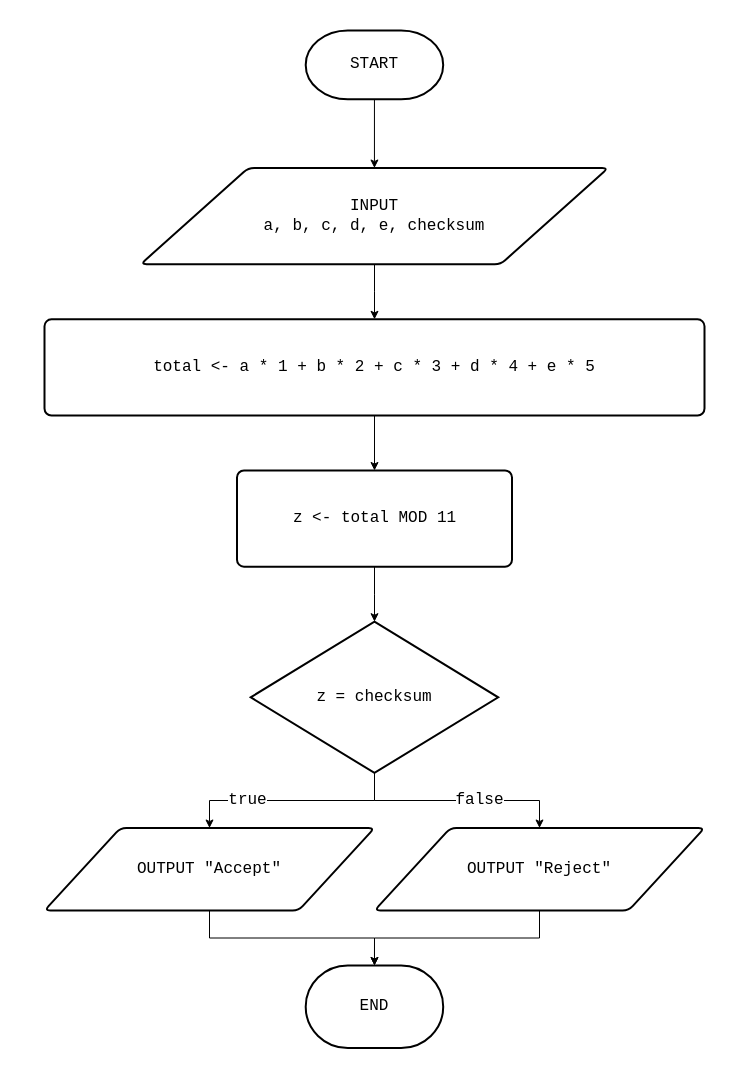
This is sfl2manu.drawio from ashenm/blob, a draw.io file, before an edit. Source tidied: cells renumbered, new cells numbered last; positions are measured from the earlier drawing's top-left corner, leaving out a move shared by most shapes. Both pictures are drawn from the tidied source at 100%, with x=0, y=0 at pixel (44, 30).
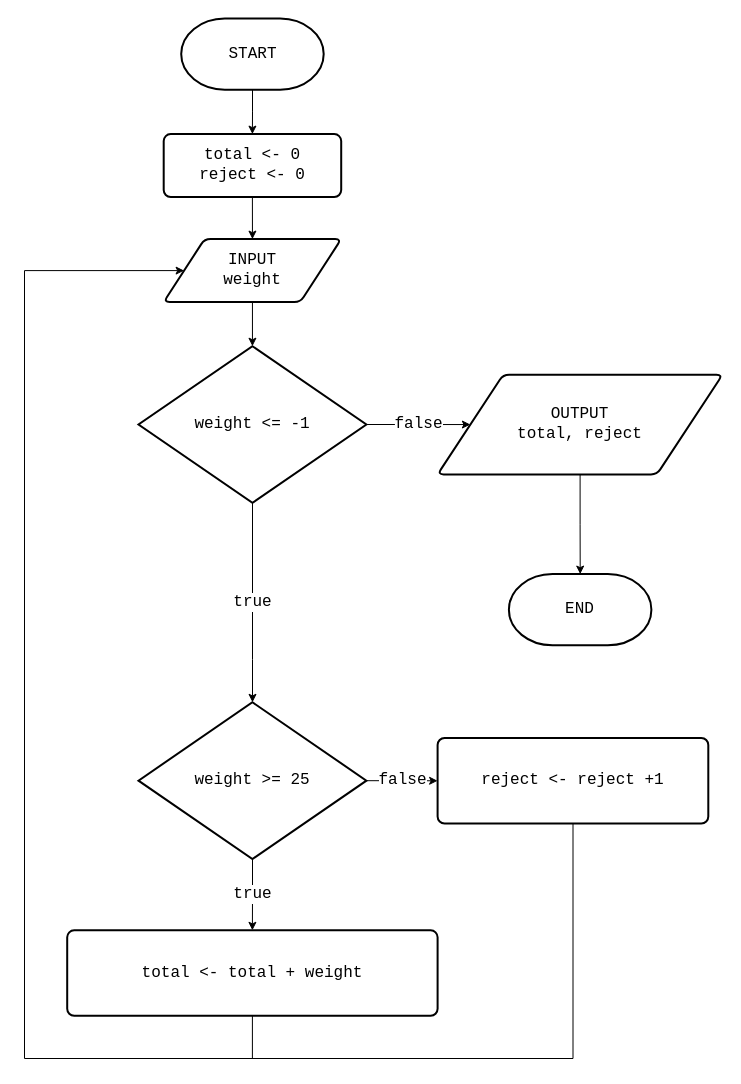
The same diagram, later.

Diff of the diagram source:
```diff
@@
-    <mxCell id="2" style="group;" parent="1" vertex="1">
-      <mxGeometry width="660" height="1017.5" as="geometry" />
-    </mxCell>
+    <mxCell id="21" style="group;" parent="1" vertex="1">
+      <mxGeometry x="-20" y="-12" width="698.1" height="1040" as="geometry" />
+    </mxCell>
-    <mxCell id="3" value="&lt;span style=&quot;font-size: 16px;&quot;&gt;&lt;font style=&quot;font-size: 16px;&quot;&gt;START&lt;/font&gt;&lt;/span&gt;" style="strokeWidth=2;html=1;shape=mxgraph.flowchart.terminator;whiteSpace=wrap;fontSize=16;fontStyle=0;fontFamily=Courier New;" parent="2" vertex="1">
-      <mxGeometry x="261.2" width="137.5" height="68.8" as="geometry" />
+    <mxCell id="3" value="&lt;span style=&quot;font-size: 16px;&quot;&gt;&lt;font style=&quot;font-size: 16px;&quot;&gt;START&lt;/font&gt;&lt;/span&gt;" style="strokeWidth=2;html=1;shape=mxgraph.flowchart.terminator;whiteSpace=wrap;fontSize=16;fontStyle=0;fontFamily=Courier New;" parent="21" vertex="1">
+      <mxGeometry x="156.7" width="142.5" height="71.2" as="geometry" />
     </mxCell>
+    <mxCell id="22" value="&lt;font style=&quot;font-size: 16px&quot;&gt;weight &amp;gt;= 25&lt;/font&gt;" style="strokeWidth=2;html=1;shape=mxgraph.flowchart.decision;whiteSpace=wrap;fontFamily=Courier New;fontSize=16;" parent="21" vertex="1">
+      <mxGeometry x="114" y="683.8" width="227.9" height="156.7" as="geometry" />
+    </mxCell>
+    <mxCell id="23" value="reject &amp;lt;- reject +1" style="rounded=1;whiteSpace=wrap;html=1;absoluteArcSize=1;arcSize=14;strokeWidth=2;fontFamily=Courier New;fontSize=16;" parent="21" vertex="1">
+      <mxGeometry x="413.1" y="719.5" width="270.7" height="85.5" as="geometry" />
+    </mxCell>
+    <mxCell id="24" value="false" style="edgeStyle=orthogonalEdgeStyle;rounded=0;jettySize=auto;html=1;fontFamily=Courier New;fontSize=16;" parent="21" edge="1" source="22" target="23">
+      <mxGeometry relative="1" as="geometry" />
+    </mxCell>
-    <mxCell id="4" value="total &amp;lt;- a * 1 + b * 2 + c * 3 + d * 4 + e * 5" style="rounded=1;whiteSpace=wrap;html=1;absoluteArcSize=1;arcSize=14;strokeWidth=2;fontSize=16;fontStyle=0;fontFamily=Courier New;" parent="2" vertex="1">
-      <mxGeometry y="288.8" width="660" height="96.2" as="geometry" />
+    <mxCell id="4" value="total &amp;lt;- total + weight" style="rounded=1;whiteSpace=wrap;html=1;absoluteArcSize=1;arcSize=14;strokeWidth=2;fontSize=16;fontStyle=0;fontFamily=Courier New;" parent="21" vertex="1">
+      <mxGeometry x="42.7" y="911.8" width="370.4" height="85.5" as="geometry" />
     </mxCell>
-    <mxCell id="5" style="edgeStyle=orthogonalEdgeStyle;rounded=0;jettySize=auto;html=1;fontFamily=Courier New;fontSize=16;" parent="2" edge="1" source="6" target="4">
-      <mxGeometry relative="1" as="geometry" />
-    </mxCell>
+    <mxCell id="25" value="true" style="edgeStyle=orthogonalEdgeStyle;rounded=0;jettySize=auto;html=1;fontFamily=Courier New;fontSize=16;" parent="21" edge="1" source="22" target="4">
+      <mxGeometry relative="1" as="geometry" />
+    </mxCell>
-    <mxCell id="6" value="INPUT&lt;br style=&quot;font-size: 16px&quot;&gt;a, b, c, d, e, checksum" style="shape=parallelogram;html=1;strokeWidth=2;perimeter=parallelogramPerimeter;whiteSpace=wrap;rounded=1;arcSize=12;size=0.23;fontFamily=Courier New;fontSize=16;" parent="2" vertex="1">
-      <mxGeometry x="96.2" y="137.5" width="467.5" height="96.2" as="geometry" />
+    <mxCell id="6" value="INPUT&lt;br style=&quot;font-size: 16px&quot;&gt;weight" style="shape=parallelogram;html=1;strokeWidth=2;perimeter=parallelogramPerimeter;whiteSpace=wrap;rounded=1;arcSize=12;size=0.23;fontFamily=Courier New;fontSize=16;" parent="21" vertex="1">
+      <mxGeometry x="139.2" y="220.6" width="177.5" height="63" as="geometry" />
     </mxCell>
-    <mxCell id="7" style="edgeStyle=orthogonalEdgeStyle;rounded=0;jettySize=auto;html=1;fontSize=16;fontStyle=0;fontFamily=Courier New;" parent="2" edge="1" source="3" target="6">
-      <mxGeometry relative="1" as="geometry" />
+    <mxCell id="7" style="edgeStyle=orthogonalEdgeStyle;rounded=0;jettySize=auto;html=1;fontSize=16;fontStyle=0;fontFamily=Courier New;entryX=0.5;entryY=0;entryDx=0;entryDy=0;" parent="21" edge="1" source="3">
+      <mxGeometry relative="1" as="geometry">
+        <mxPoint x="227.9" y="115.6" as="targetPoint" />
+      </mxGeometry>
     </mxCell>
-    <mxCell id="8" value="z &amp;lt;- total MOD 11" style="rounded=1;whiteSpace=wrap;html=1;absoluteArcSize=1;arcSize=14;strokeWidth=2;fontFamily=Courier New;fontSize=16;" parent="2" vertex="1">
-      <mxGeometry x="192.5" y="440" width="275" height="96.2" as="geometry" />
-    </mxCell>
-    <mxCell id="9" style="edgeStyle=orthogonalEdgeStyle;rounded=0;jettySize=auto;html=1;fontFamily=Courier New;fontSize=16;" parent="2" edge="1" source="4" target="8">
-      <mxGeometry relative="1" as="geometry" />
-    </mxCell>
-    <mxCell id="10" value="z = checksum" style="strokeWidth=2;html=1;shape=mxgraph.flowchart.decision;whiteSpace=wrap;fontFamily=Courier New;fontSize=16;" parent="2" vertex="1">
-      <mxGeometry x="206.2" y="591.2" width="247.5" height="151.2" as="geometry" />
-    </mxCell>
-    <mxCell id="11" style="edgeStyle=orthogonalEdgeStyle;rounded=0;jettySize=auto;html=1;fontFamily=Courier New;fontSize=16;" parent="2" edge="1" source="8" target="10">
-      <mxGeometry relative="1" as="geometry" />
-    </mxCell>
-    <mxCell id="12" value="OUTPUT &quot;Accept&quot;" style="shape=parallelogram;html=1;strokeWidth=2;perimeter=parallelogramPerimeter;whiteSpace=wrap;rounded=1;arcSize=12;size=0.23;fontFamily=Courier New;fontSize=16;" parent="2" vertex="1">
-      <mxGeometry y="797.5" width="330" height="82.5" as="geometry" />
-    </mxCell>
-    <mxCell id="13" style="edgeStyle=orthogonalEdgeStyle;rounded=0;jettySize=auto;html=1;fontFamily=Courier New;fontSize=16;" parent="2" edge="1" source="10" target="12">
-      <mxGeometry relative="1" as="geometry" />
-    </mxCell>
-    <mxCell id="14" value="true" style="text;html=1;align=center;verticalAlign=middle;labelBackgroundColor=#ffffff;fontSize=16;fontFamily=Courier New;" parent="13" vertex="1">
-      <mxGeometry x="0.41" y="-1" relative="1" as="geometry" />
-    </mxCell>
+    <mxCell id="26" style="edgeStyle=orthogonalEdgeStyle;rounded=0;jettySize=auto;html=1;fontFamily=Courier New;fontSize=16;entryX=0;entryY=0.5;entryDx=0;entryDy=0;" parent="21" edge="1" source="23" target="6">
+      <mxGeometry relative="1" as="geometry">
+        <Array as="points">
+          <mxPoint x="548.4" y="1040" />
+          <mxPoint y="1040" />
+          <mxPoint y="252.1" />
+        </Array>
+      </mxGeometry>
+    </mxCell>
+    <mxCell id="27" value="OUTPUT&lt;br&gt;total, reject" style="shape=parallelogram;html=1;strokeWidth=2;perimeter=parallelogramPerimeter;whiteSpace=wrap;rounded=1;arcSize=12;size=0.23;fontFamily=Courier New;fontSize=16;" parent="21" vertex="1">
+      <mxGeometry x="413.1" y="356.2" width="284.9" height="99.7" as="geometry" />
+    </mxCell>
+    <mxCell id="28" value="true" style="edgeStyle=orthogonalEdgeStyle;rounded=0;jettySize=auto;html=1;fontFamily=Courier New;fontSize=16;" parent="21" edge="1" source="30" target="22">
+      <mxGeometry relative="1" as="geometry">
+        <Array as="points">
+          <mxPoint x="227.9" y="641.1" />
+          <mxPoint x="227.9" y="641.1" />
+        </Array>
+      </mxGeometry>
+    </mxCell>
+    <mxCell id="29" value="false" style="edgeStyle=orthogonalEdgeStyle;rounded=0;jettySize=auto;html=1;entryX=0;entryY=0.5;entryDx=0;entryDy=0;fontFamily=Courier New;fontSize=16;" parent="21" edge="1" source="30" target="27">
+      <mxGeometry relative="1" as="geometry">
+        <Array as="points">
+          <mxPoint x="370.4" y="406" />
+          <mxPoint x="370.4" y="406" />
+        </Array>
+      </mxGeometry>
+    </mxCell>
+    <mxCell id="30" value="&lt;font style=&quot;font-size: 16px&quot;&gt;weight &amp;lt;= -1&lt;/font&gt;" style="strokeWidth=2;html=1;shape=mxgraph.flowchart.decision;whiteSpace=wrap;fontFamily=Courier New;fontSize=16;" parent="21" vertex="1">
+      <mxGeometry x="114" y="327.7" width="227.9" height="156.7" as="geometry" />
+    </mxCell>
+    <mxCell id="31" style="edgeStyle=orthogonalEdgeStyle;rounded=0;jettySize=auto;html=1;fontFamily=Courier New;fontSize=16;" parent="21" edge="1" source="6" target="30">
+      <mxGeometry relative="1" as="geometry" />
+    </mxCell>
-    <mxCell id="15" value="END" style="strokeWidth=2;html=1;shape=mxgraph.flowchart.terminator;whiteSpace=wrap;fontFamily=Courier New;fontSize=16;" parent="2" vertex="1">
-      <mxGeometry x="261.2" y="935" width="137.5" height="82.5" as="geometry" />
+    <mxCell id="15" value="&lt;span style=&quot;font-size: 16px&quot;&gt;&lt;font style=&quot;font-size: 16px&quot;&gt;END&lt;/font&gt;&lt;/span&gt;" style="strokeWidth=2;html=1;shape=mxgraph.flowchart.terminator;whiteSpace=wrap;fontSize=16;fontStyle=0;fontFamily=Courier New;" parent="21" vertex="1">
+      <mxGeometry x="484.4" y="555.6" width="142.5" height="71.2" as="geometry" />
     </mxCell>
-    <mxCell id="16" style="edgeStyle=orthogonalEdgeStyle;rounded=0;jettySize=auto;html=1;fontFamily=Courier New;fontSize=16;" parent="2" edge="1" source="12" target="15">
-      <mxGeometry relative="1" as="geometry" />
-    </mxCell>
-    <mxCell id="17" style="edgeStyle=orthogonalEdgeStyle;rounded=0;jettySize=auto;html=1;entryX=0.5;entryY=0;entryDx=0;entryDy=0;entryPerimeter=0;fontFamily=Courier New;fontSize=16;" parent="2" edge="1" source="18" target="15">
-      <mxGeometry relative="1" as="geometry" />
-    </mxCell>
-    <mxCell id="18" value="OUTPUT &quot;Reject&quot;" style="shape=parallelogram;html=1;strokeWidth=2;perimeter=parallelogramPerimeter;whiteSpace=wrap;rounded=1;arcSize=12;size=0.23;fontFamily=Courier New;fontSize=16;" parent="2" vertex="1">
-      <mxGeometry x="330" y="797.5" width="330" height="82.5" as="geometry" />
-    </mxCell>
-    <mxCell id="19" style="edgeStyle=orthogonalEdgeStyle;rounded=0;jettySize=auto;html=1;entryX=0.5;entryY=0;entryDx=0;entryDy=0;fontFamily=Courier New;fontSize=16;" parent="2" edge="1" source="10" target="18">
-      <mxGeometry relative="1" as="geometry" />
-    </mxCell>
-    <mxCell id="20" value="false" style="text;html=1;align=center;verticalAlign=middle;labelBackgroundColor=#ffffff;fontSize=16;fontFamily=Courier New;" parent="19" vertex="1">
-      <mxGeometry x="0.2" y="1" relative="1" as="geometry" />
-    </mxCell>
+    <mxCell id="32" style="edgeStyle=orthogonalEdgeStyle;rounded=0;jettySize=auto;html=1;fontFamily=Courier New;fontSize=16;" parent="21" edge="1" source="27" target="15">
+      <mxGeometry relative="1" as="geometry" />
+    </mxCell>
+    <mxCell id="33" style="endArrow=none;html=1;fontFamily=Courier New;fontSize=16;exitX=0.5;exitY=1;exitDx=0;exitDy=0;" parent="21" edge="1" source="4">
+      <mxGeometry relative="1" as="geometry">
+        <mxPoint x="227.9" y="1040" as="targetPoint" />
+      </mxGeometry>
+    </mxCell>
+    <mxCell id="34" style="edgeStyle=none;rounded=0;jettySize=auto;html=1;entryX=0.5;entryY=0;entryDx=0;entryDy=0;fontFamily=Courier New;fontSize=16;" parent="21" edge="1" target="6">
+      <mxGeometry relative="1" as="geometry">
+        <mxPoint x="227.9" y="178.6" as="sourcePoint" />
+      </mxGeometry>
+    </mxCell>
+    <mxCell id="35" value="total &amp;lt;- 0&lt;br&gt;reject &amp;lt;- 0" style="rounded=1;whiteSpace=wrap;html=1;absoluteArcSize=1;arcSize=14;strokeWidth=2;fontFamily=Courier New;fontSize=16;" parent="21" vertex="1">
+      <mxGeometry x="139.2" y="115.6" width="177.5" height="63" as="geometry" />
+    </mxCell>
```
